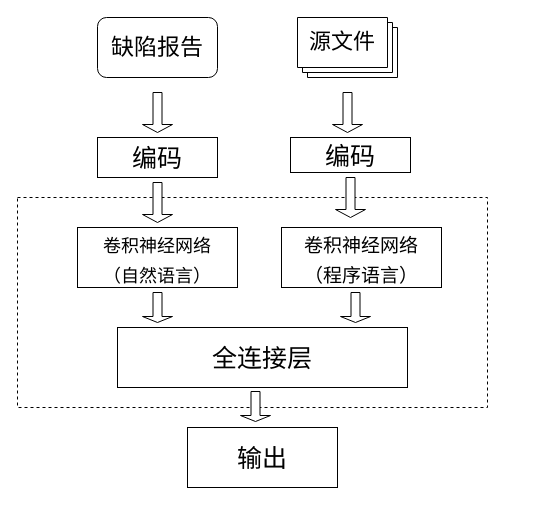
This is AI技术处理流程.drawio from hangdj/BERT-PLI-IJCAI2020, a draw.io file, before an edit. Source tidied: cells renumbered, new cells numbered last; positions are measured from the earlier drawing's top-left corner, leaving out a move shared by most shapes. Both pictures are drawn from the tidied source at 100%, with x=0, y=0 at pixel (17, 17).
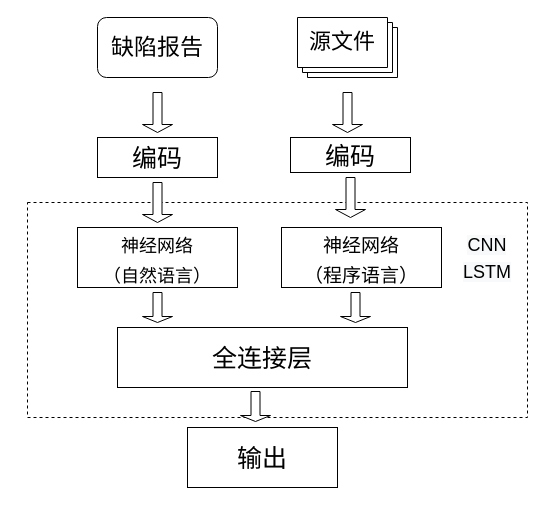
The same page after the edit.

Commit message:
Update AI技术处理流程.drawio

What changed in the source:
```diff
@@
 <mxGraphModel>
   <root>
     <mxCell id="0" />
     <mxCell id="1" parent="0" />
     <mxCell id="2" style="rounded=0;whiteSpace=wrap;html=1;fontSize=25;dashed=1;" parent="1" vertex="1">
-      <mxGeometry y="180" width="470" height="210" as="geometry" />
+      <mxGeometry x="10" y="185" width="500" height="215" as="geometry" />
     </mxCell>
     <mxCell id="3" value="&lt;font style=&quot;font-size: 23px&quot;&gt;缺陷报告&lt;/font&gt;" style="rounded=1;whiteSpace=wrap;html=1;" parent="1" vertex="1">
       <mxGeometry x="80" width="120" height="60" as="geometry" />
     </mxCell>
     <mxCell id="4" style="verticalLabelPosition=bottom;verticalAlign=top;html=1;shape=mxgraph.basic.layered_rect;dx=10;" parent="1" vertex="1">
       <mxGeometry x="280" width="100" height="60" as="geometry" />
     </mxCell>
     <mxCell id="5" value="&lt;font style=&quot;font-size: 22px&quot;&gt;源文件&lt;/font&gt;" style="text;html=1;strokeColor=none;fillColor=none;align=center;verticalAlign=middle;whiteSpace=wrap;rounded=0;" parent="1" vertex="1">
       <mxGeometry x="290" y="10" width="70" height="30" as="geometry" />
     </mxCell>
     <mxCell id="6" style="shape=singleArrow;whiteSpace=wrap;html=1;rotation=90;" parent="1" vertex="1">
       <mxGeometry x="120" y="80" width="40" height="30" as="geometry" />
     </mxCell>
     <mxCell id="7" style="shape=singleArrow;whiteSpace=wrap;html=1;rotation=90;" parent="1" vertex="1">
       <mxGeometry x="310" y="80" width="40" height="30" as="geometry" />
     </mxCell>
     <mxCell id="8" value="&lt;font style=&quot;font-size: 25px&quot;&gt;编码&lt;/font&gt;" style="rounded=0;whiteSpace=wrap;html=1;" parent="1" vertex="1">
       <mxGeometry x="80" y="120" width="120" height="40" as="geometry" />
     </mxCell>
     <mxCell id="9" value="&lt;font style=&quot;font-size: 25px&quot;&gt;编码&lt;/font&gt;" style="rounded=0;whiteSpace=wrap;html=1;" parent="1" vertex="1">
       <mxGeometry x="273" y="120" width="120" height="35" as="geometry" />
     </mxCell>
-    <mxCell id="10" value="&lt;font style=&quot;font-size: 18px&quot;&gt;卷积神经网络&lt;br&gt;（自然语言）&lt;/font&gt;" style="rounded=0;whiteSpace=wrap;html=1;fontSize=25;" parent="1" vertex="1">
+    <mxCell id="10" value="&lt;font style=&quot;font-size: 18px&quot;&gt;神经网络&lt;br&gt;（自然语言）&lt;/font&gt;" style="rounded=0;whiteSpace=wrap;html=1;fontSize=25;" parent="1" vertex="1">
       <mxGeometry x="60" y="210" width="160" height="60" as="geometry" />
     </mxCell>
-    <mxCell id="11" value="&lt;font style=&quot;font-size: 19px&quot;&gt;卷积神经网络&lt;br&gt;（程序语言）&lt;/font&gt;" style="rounded=0;whiteSpace=wrap;html=1;fontSize=25;" parent="1" vertex="1">
+    <mxCell id="11" value="&lt;font style=&quot;font-size: 19px&quot;&gt;神经网络&lt;br&gt;（程序语言）&lt;/font&gt;" style="rounded=0;whiteSpace=wrap;html=1;fontSize=25;" parent="1" vertex="1">
       <mxGeometry x="264" y="210" width="160" height="60" as="geometry" />
     </mxCell>
     <mxCell id="12" value="全连接层" style="rounded=0;whiteSpace=wrap;html=1;fontSize=25;" parent="1" vertex="1">
       <mxGeometry x="100" y="310" width="290" height="60" as="geometry" />
     </mxCell>
     <mxCell id="13" value="输出" style="rounded=0;whiteSpace=wrap;html=1;fontSize=25;" parent="1" vertex="1">
       <mxGeometry x="170" y="410" width="150" height="60" as="geometry" />
     </mxCell>
     <mxCell id="14" style="shape=singleArrow;whiteSpace=wrap;html=1;rotation=90;" parent="1" vertex="1">
       <mxGeometry x="120" y="170" width="40" height="30" as="geometry" />
     </mxCell>
     <mxCell id="15" style="shape=singleArrow;whiteSpace=wrap;html=1;rotation=90;" parent="1" vertex="1">
       <mxGeometry x="313" y="165" width="40" height="30" as="geometry" />
     </mxCell>
     <mxCell id="16" style="shape=singleArrow;whiteSpace=wrap;html=1;rotation=90;" parent="1" vertex="1">
       <mxGeometry x="125" y="275" width="30" height="30" as="geometry" />
     </mxCell>
     <mxCell id="17" style="shape=singleArrow;whiteSpace=wrap;html=1;rotation=90;" parent="1" vertex="1">
       <mxGeometry x="323" y="275" width="30" height="30" as="geometry" />
     </mxCell>
     <mxCell id="18" style="shape=singleArrow;whiteSpace=wrap;html=1;rotation=90;" parent="1" vertex="1">
       <mxGeometry x="223" y="374" width="30" height="30" as="geometry" />
     </mxCell>
+    <mxCell id="19" value="&lt;span style=&quot;color: rgb(0 , 0 , 0) ; font-family: &amp;#34;helvetica&amp;#34; ; font-size: 18px ; font-style: normal ; font-weight: 400 ; letter-spacing: normal ; text-align: center ; text-indent: 0px ; text-transform: none ; word-spacing: 0px ; background-color: rgb(248 , 249 , 250) ; display: inline ; float: none&quot;&gt;CNN&lt;br&gt;LSTM&lt;/span&gt;" style="text;html=1;strokeColor=none;fillColor=none;align=center;verticalAlign=middle;whiteSpace=wrap;rounded=0;dashed=1;fontSize=22;" parent="1" vertex="1">
+      <mxGeometry x="440" y="225" width="60" height="30" as="geometry" />
+    </mxCell>
   </root>
 </mxGraphModel>
```
